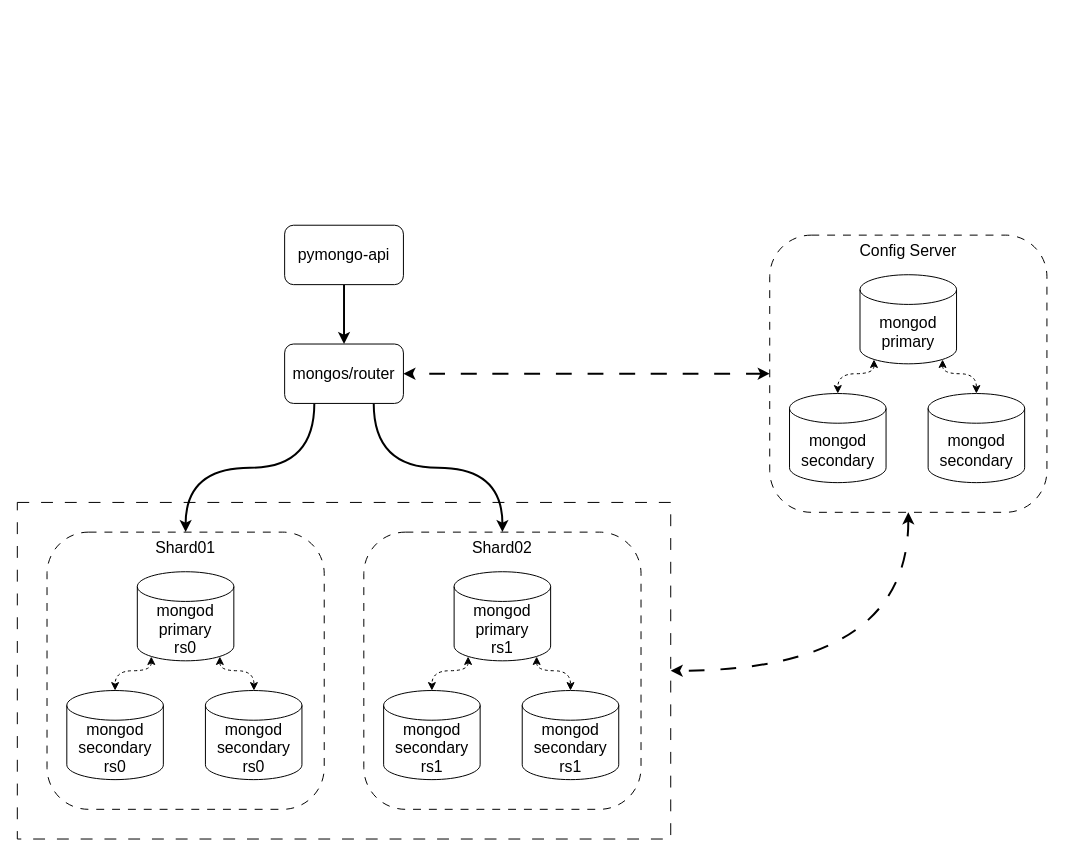
Above: page "Part-2" (2 of 2) of task01/task1-02.drawio in santechniqueue/architecture-pro-black_friday (draw.io), before the change. Source tidied: cells renumbered, new cells numbered last; positions are measured from the earlier drawing's top-left corner, leaving out a move shared by most shapes. Both pictures are drawn from the tidied source at 99%, with x=0, y=0 at pixel (17, 225).
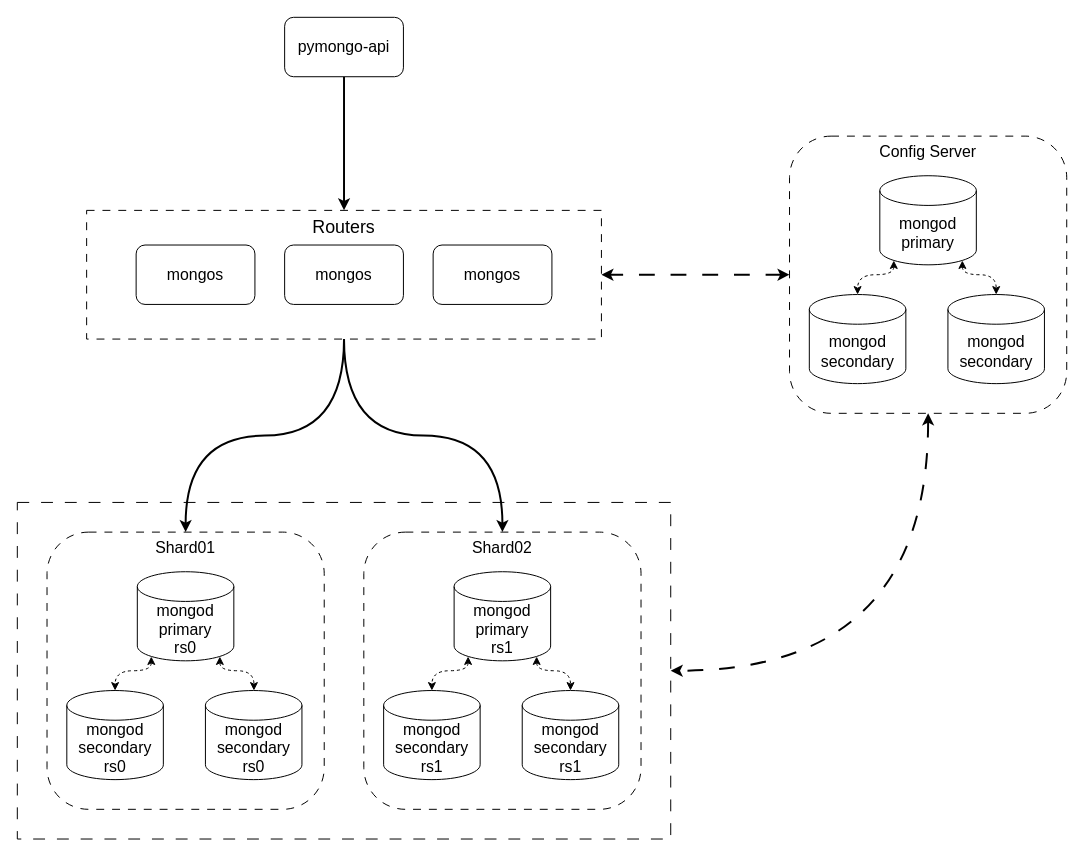
After the change.

The change refers to these unchanged cells:
```xml
<mxCell id="5" value="Shard02" style="rounded=1;whiteSpace=wrap;html=1;verticalAlign=top;dashed=1;dashPattern=8 8;fontSize=16;" parent="4" vertex="1">
  <mxGeometry width="280" height="280" as="geometry" />
</mxCell>
<mxCell id="12" value="Shard01" style="rounded=1;whiteSpace=wrap;html=1;verticalAlign=top;dashed=1;dashPattern=8 8;fontSize=16;" parent="11" vertex="1">
  <mxGeometry width="280" height="280" as="geometry" />
</mxCell>
<mxCell id="25" value="Config Server" style="rounded=1;whiteSpace=wrap;html=1;verticalAlign=top;dashed=1;dashPattern=8 8;fontSize=16;" parent="24" vertex="1">
  <mxGeometry width="280" height="280" as="geometry" />
</mxCell>
```

The edit, as a diff of the source:
```diff
@@
+    <mxCell id="32" value="&lt;div&gt;Routers&lt;/div&gt;" style="rounded=0;whiteSpace=wrap;html=1;dashed=1;dashPattern=8 8;align=center;verticalAlign=top;fontSize=18;" parent="1" vertex="1">
+      <mxGeometry x="70" y="-15" width="520" height="130" as="geometry" />
+    </mxCell>
@@
-    <mxCell id="18" style="edgeStyle=orthogonalEdgeStyle;rounded=0;jettySize=auto;html=1;entryX=0.5;entryY=0;entryDx=0;entryDy=0;strokeWidth=2;fontSize=16;" parent="1" edge="1" source="19" target="22">
+    <mxCell id="18" style="edgeStyle=orthogonalEdgeStyle;rounded=0;jettySize=auto;html=1;strokeWidth=2;fontSize=16;" parent="1" edge="1" source="19" target="32">
       <mxGeometry relative="1" as="geometry" />
     </mxCell>
     <mxCell id="19" value="pymongo-api" style="rounded=1;whiteSpace=wrap;html=1;fontSize=16;" parent="1" vertex="1">
-      <mxGeometry x="270" width="120" height="60" as="geometry" />
+      <mxGeometry x="270" y="-210" width="120" height="60" as="geometry" />
     </mxCell>
-    <mxCell id="20" style="edgeStyle=orthogonalEdgeStyle;rounded=0;jettySize=auto;html=1;entryX=0.5;entryY=0;entryDx=0;entryDy=0;exitX=0.75;exitY=1;exitDx=0;exitDy=0;curved=1;strokeWidth=2;fontSize=16;" parent="1" edge="1" source="22" target="5">
+    <mxCell id="20" style="edgeStyle=orthogonalEdgeStyle;rounded=0;jettySize=auto;html=1;entryX=0.5;entryY=0;entryDx=0;entryDy=0;exitX=0.5;exitY=1;exitDx=0;exitDy=0;curved=1;strokeWidth=2;fontSize=16;" parent="1" edge="1" source="32" target="5">
       <mxGeometry relative="1" as="geometry" />
     </mxCell>
-    <mxCell id="21" style="edgeStyle=orthogonalEdgeStyle;rounded=0;jettySize=auto;html=1;entryX=0.5;entryY=0;entryDx=0;entryDy=0;exitX=0.25;exitY=1;exitDx=0;exitDy=0;curved=1;strokeWidth=2;fontSize=16;" parent="1" edge="1" source="22" target="12">
+    <mxCell id="21" style="edgeStyle=orthogonalEdgeStyle;rounded=0;jettySize=auto;html=1;entryX=0.5;entryY=0;entryDx=0;entryDy=0;curved=1;strokeWidth=2;fontSize=16;exitX=0.5;exitY=1;exitDx=0;exitDy=0;" parent="1" edge="1" source="32" target="12">
       <mxGeometry relative="1" as="geometry" />
     </mxCell>
-    <mxCell id="22" value="mongos/router" style="rounded=1;whiteSpace=wrap;html=1;fontSize=16;" parent="1" vertex="1">
-      <mxGeometry x="270" y="120" width="120" height="60" as="geometry" />
+    <mxCell id="22" value="mongos" style="rounded=1;whiteSpace=wrap;html=1;fontSize=16;" parent="1" vertex="1">
+      <mxGeometry x="270" y="20" width="120" height="60" as="geometry" />
     </mxCell>
-    <mxCell id="23" style="edgeStyle=orthogonalEdgeStyle;rounded=0;jettySize=auto;html=1;dashed=1;dashPattern=8 8;strokeWidth=2;startArrow=classic;startFill=1;exitX=0;exitY=0.5;exitDx=0;exitDy=0;curved=1;fontSize=16;" parent="1" edge="1" source="25" target="22">
-      <mxGeometry relative="1" as="geometry" />
-    </mxCell>
     <mxCell id="24" style="group;fontSize=16;" parent="1" vertex="1">
-      <mxGeometry x="760" y="10" width="280" height="280" as="geometry" />
+      <mxGeometry x="780" y="-90" width="280" height="280" as="geometry" />
     </mxCell>
@@
+    <mxCell id="33" value="mongos" style="rounded=1;whiteSpace=wrap;html=1;fontSize=16;" parent="1" vertex="1">
+      <mxGeometry x="120" y="20" width="120" height="60" as="geometry" />
+    </mxCell>
+    <mxCell id="34" value="mongos" style="rounded=1;whiteSpace=wrap;html=1;fontSize=16;" parent="1" vertex="1">
+      <mxGeometry x="420" y="20" width="120" height="60" as="geometry" />
+    </mxCell>
+    <mxCell id="35" style="edgeStyle=orthogonalEdgeStyle;rounded=0;jettySize=auto;html=1;entryX=1;entryY=0.5;entryDx=0;entryDy=0;exitX=0;exitY=0.5;exitDx=0;exitDy=0;dashed=1;dashPattern=8 8;startArrow=classic;startFill=1;strokeWidth=2;curved=1;" parent="1" edge="1" source="25" target="32">
+      <mxGeometry relative="1" as="geometry" />
+    </mxCell>
```
